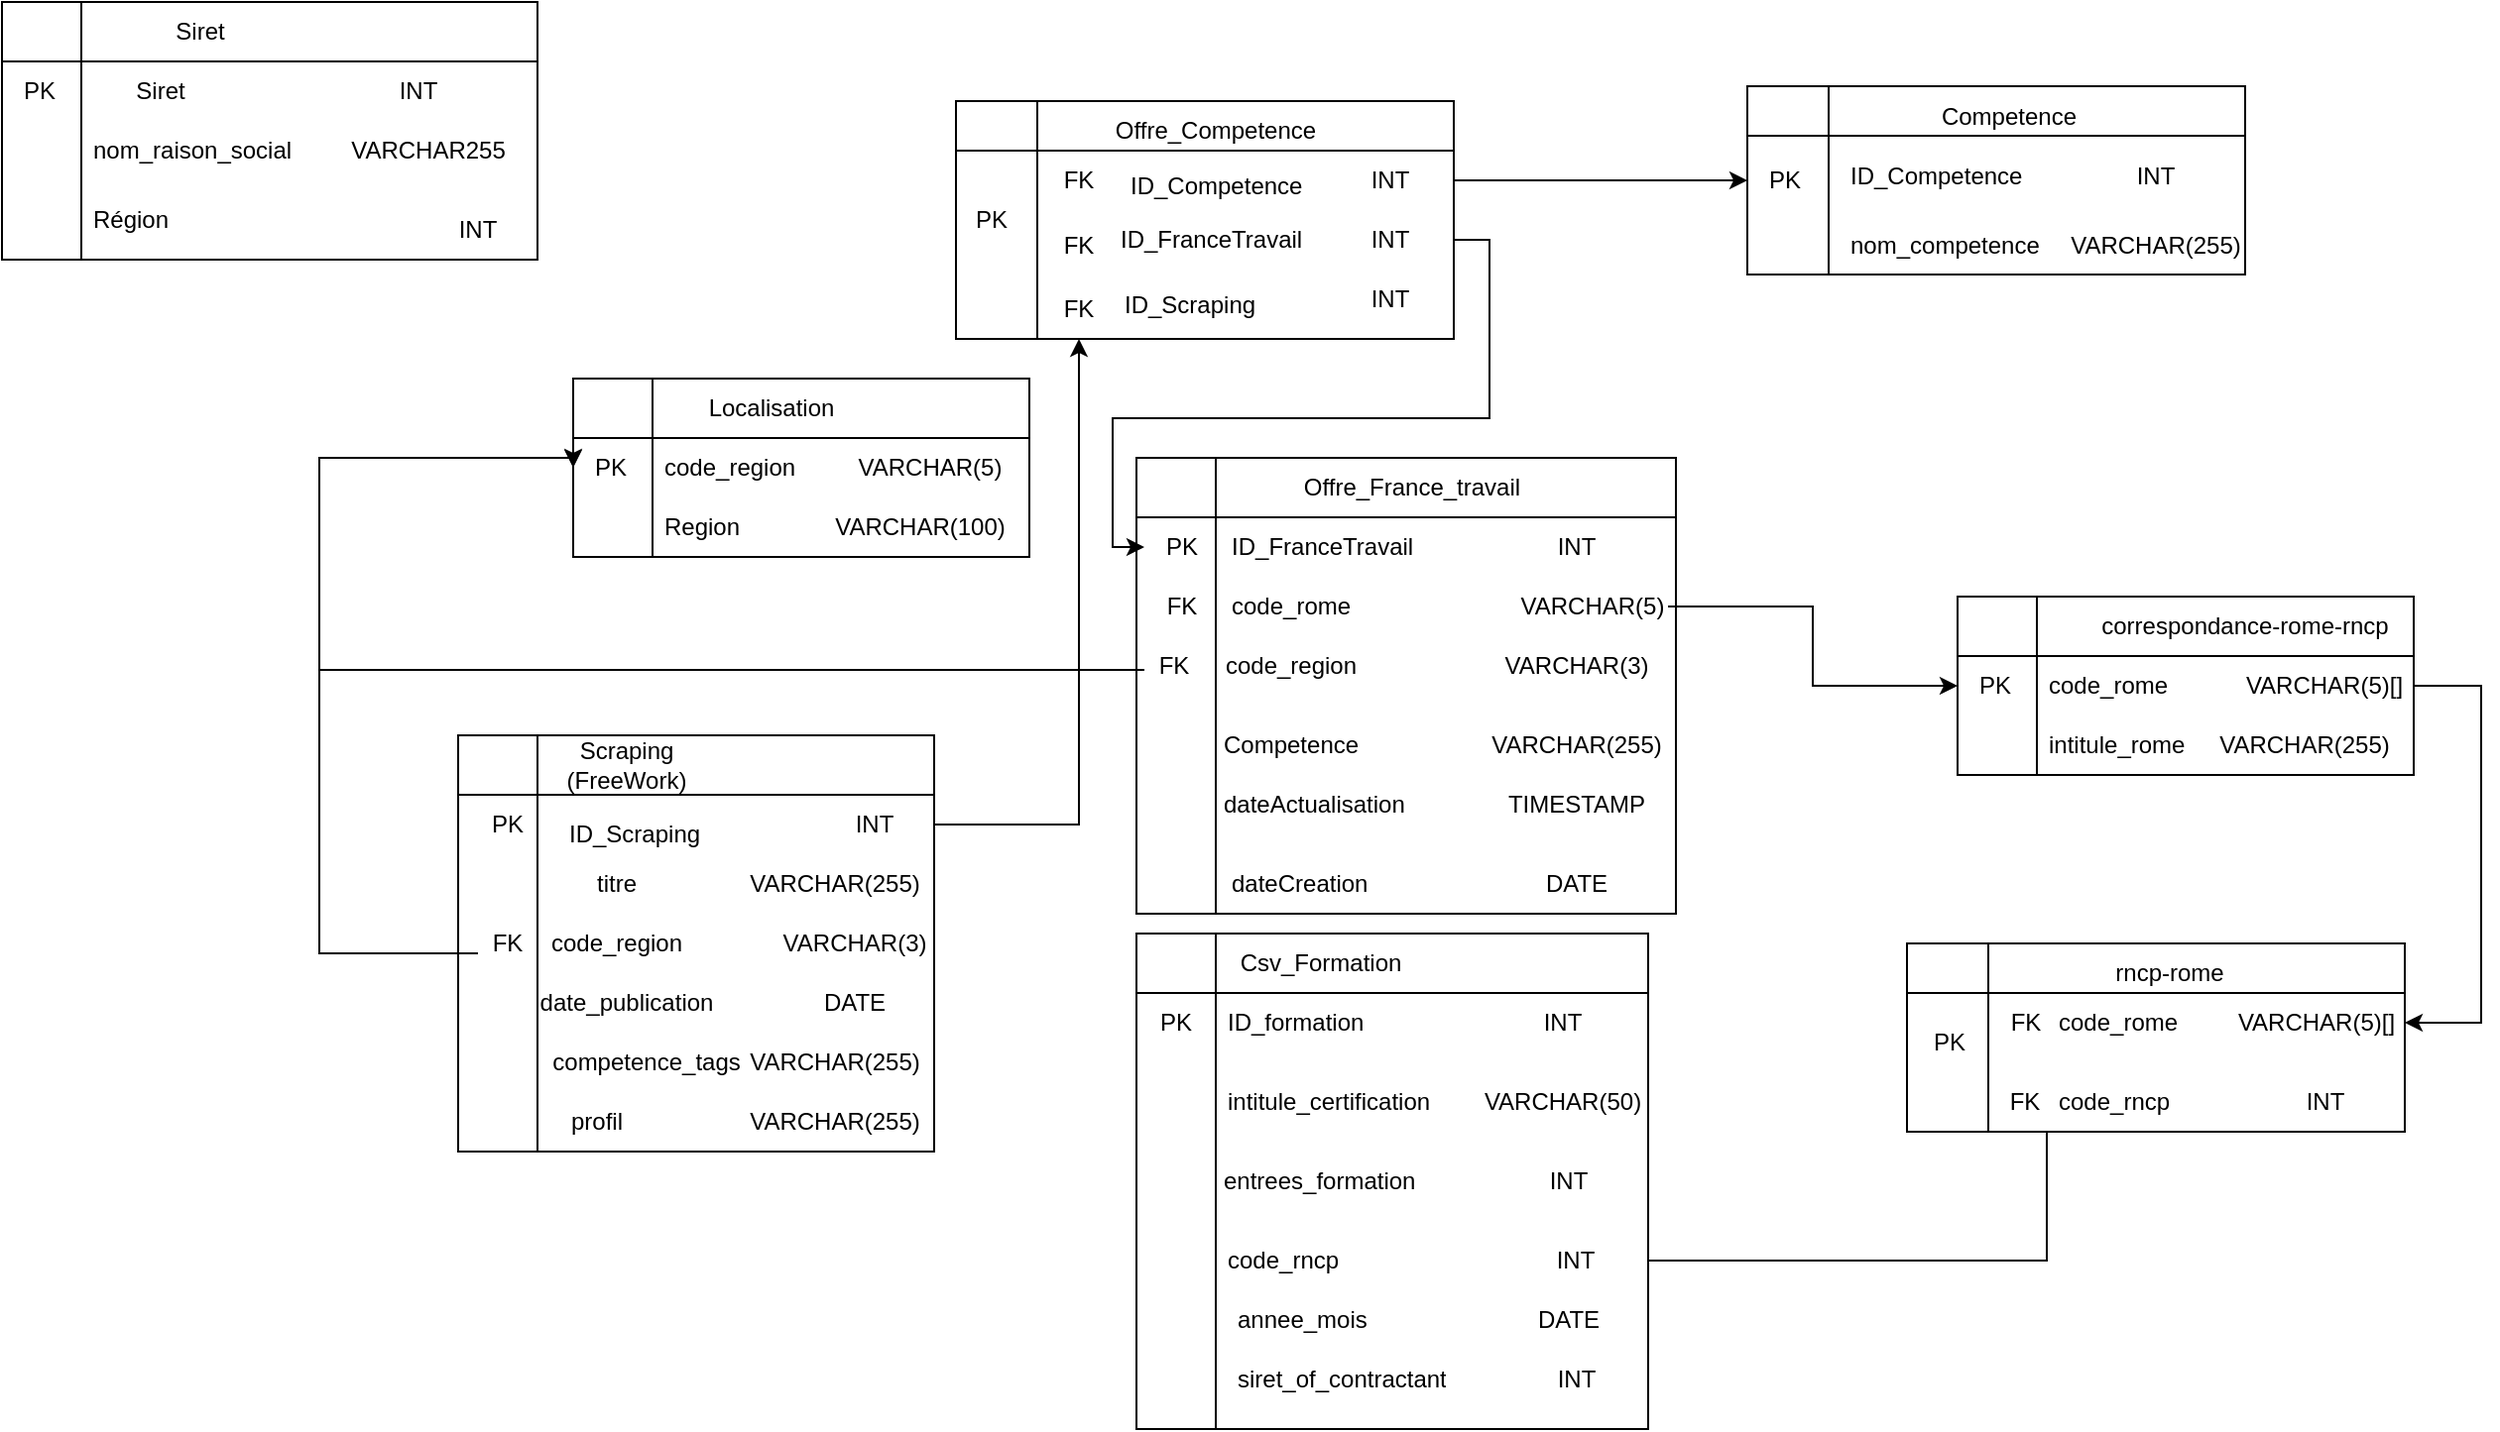
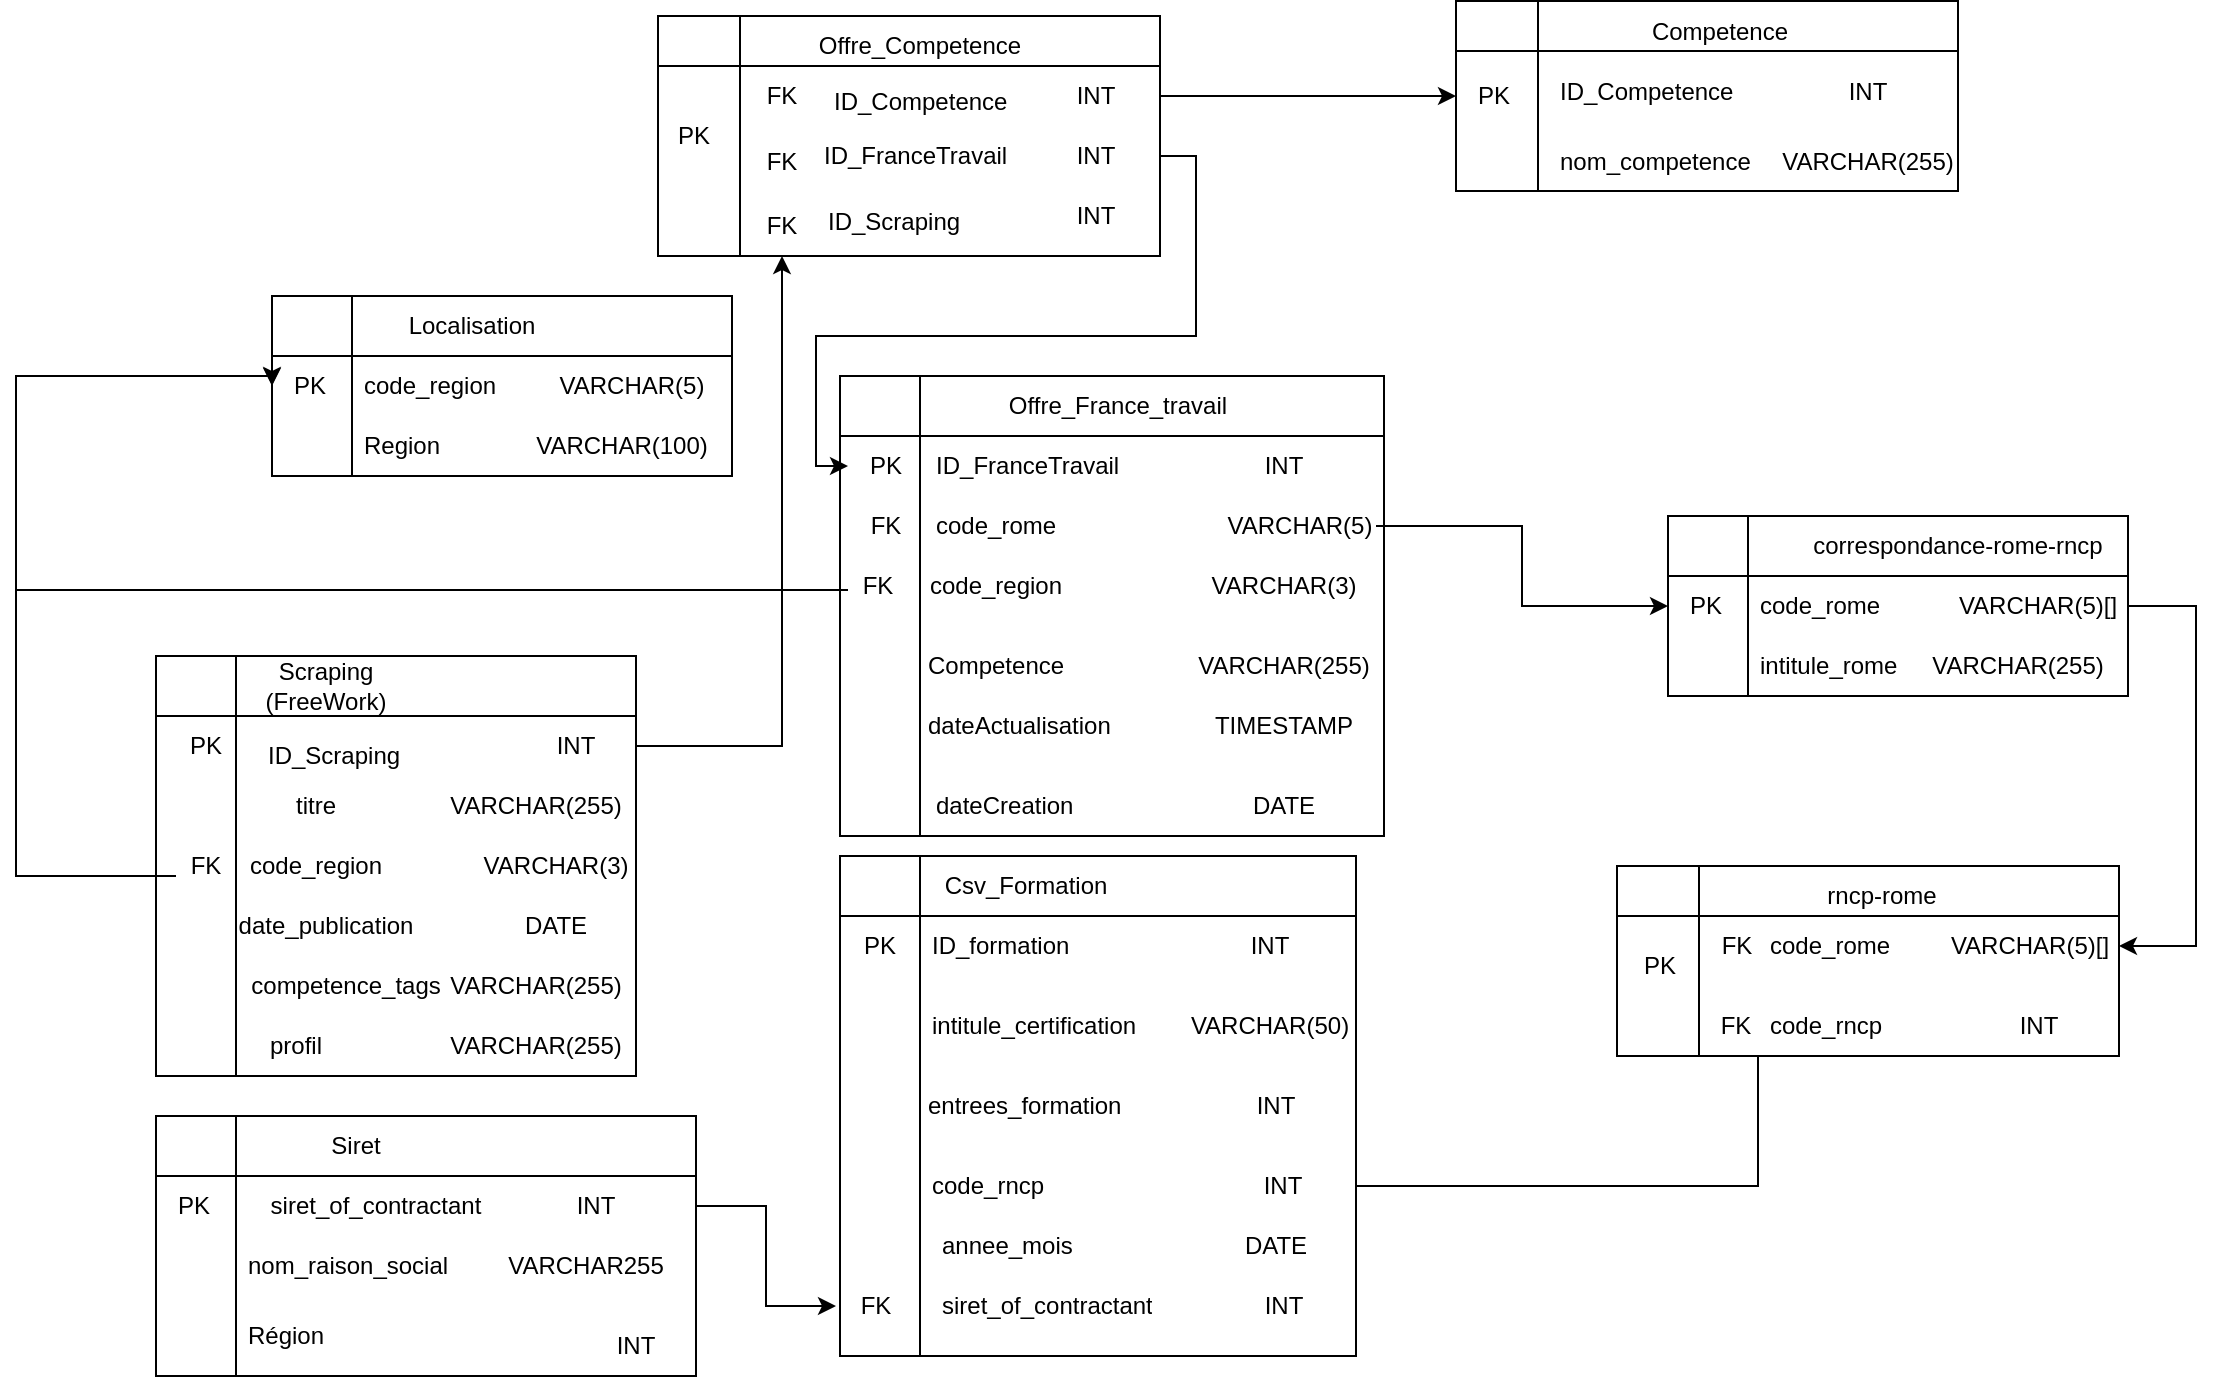
<mxfile host="Electron">
  <diagram name="Page-1" id="a_VvsDKZCs2n-q3zeITP">
-     <mxGraphModel dx="2779" dy="2184" grid="1" gridSize="10" guides="1" tooltips="1" connect="1" arrows="1" fold="1" page="1" pageScale="1" pageWidth="827" pageHeight="1169" math="0" shadow="0">
+     <mxGraphModel dx="2305" dy="1928" grid="1" gridSize="10" guides="1" tooltips="1" connect="1" arrows="1" fold="1" page="1" pageScale="1" pageWidth="827" pageHeight="1169" math="0" shadow="0">
      <root>
        <mxCell id="0" />
        <mxCell id="1" parent="0" />
        <mxCell id="06uHW34ZKOic_WIQbYIw-59" parent="1" style="shape=internalStorage;whiteSpace=wrap;html=1;backgroundOutline=1;dx=40;dy=30;" value="" vertex="1">
          <mxGeometry height="250" width="258" x="22" y="260" as="geometry" />
        </mxCell>
        <mxCell id="06uHW34ZKOic_WIQbYIw-60" parent="1" style="text;html=1;whiteSpace=wrap;strokeColor=none;fillColor=none;align=center;verticalAlign=middle;rounded=0;" value="Csv_Formation" vertex="1">
          <mxGeometry height="30" width="46" x="92" y="260" as="geometry" />
        </mxCell>
        <mxCell id="06uHW34ZKOic_WIQbYIw-58" parent="1" style="text;strokeColor=none;fillColor=none;align=left;verticalAlign=middle;spacingLeft=4;spacingRight=4;overflow=hidden;points=[[0,0.5],[1,0.5]];portConstraint=eastwest;rotatable=0;whiteSpace=wrap;html=1;" value="ID_formation" vertex="1">
          <mxGeometry height="30" width="140" x="62" y="290" as="geometry" />
        </mxCell>
        <mxCell id="06uHW34ZKOic_WIQbYIw-62" parent="1" style="text;html=1;whiteSpace=wrap;strokeColor=none;fillColor=none;align=center;verticalAlign=middle;rounded=0;" value="PK" vertex="1">
          <mxGeometry height="30" width="40" x="22" y="290" as="geometry" />
        </mxCell>
        <mxCell id="06uHW34ZKOic_WIQbYIw-40" parent="1" style="text;strokeColor=none;fillColor=none;align=left;verticalAlign=middle;spacingLeft=4;spacingRight=4;overflow=hidden;points=[[0,0.5],[1,0.5]];portConstraint=eastwest;rotatable=0;whiteSpace=wrap;html=1;" value="intitule_certification" vertex="1">
          <mxGeometry height="30" width="140" x="62" y="330" as="geometry" />
        </mxCell>
        <mxCell id="06uHW34ZKOic_WIQbYIw-41" parent="1" style="text;strokeColor=none;fillColor=none;align=left;verticalAlign=middle;spacingLeft=4;spacingRight=4;overflow=hidden;points=[[0,0.5],[1,0.5]];portConstraint=eastwest;rotatable=0;whiteSpace=wrap;html=1;" value="code_rncp" vertex="1">
          <mxGeometry height="30" width="140" x="62" y="410" as="geometry" />
        </mxCell>
        <mxCell id="06uHW34ZKOic_WIQbYIw-49" parent="1" style="text;strokeColor=none;fillColor=none;align=left;verticalAlign=middle;spacingLeft=4;spacingRight=4;overflow=hidden;points=[[0,0.5],[1,0.5]];portConstraint=eastwest;rotatable=0;whiteSpace=wrap;html=1;" value="annee_mois" vertex="1">
          <mxGeometry height="30" width="140" x="67" y="440" as="geometry" />
        </mxCell>
        <mxCell id="06uHW34ZKOic_WIQbYIw-50" parent="1" style="text;strokeColor=none;fillColor=none;align=left;verticalAlign=middle;spacingLeft=4;spacingRight=4;overflow=hidden;points=[[0,0.5],[1,0.5]];portConstraint=eastwest;rotatable=0;whiteSpace=wrap;html=1;" value="entrees_formation" vertex="1">
          <mxGeometry height="30" width="140" x="60" y="370" as="geometry" />
        </mxCell>
        <mxCell id="06uHW34ZKOic_WIQbYIw-63" parent="1" style="shape=internalStorage;whiteSpace=wrap;html=1;backgroundOutline=1;dx=40;dy=30;" value="" vertex="1">
          <mxGeometry height="230" width="272" x="22" y="20" as="geometry" />
        </mxCell>
        <mxCell id="06uHW34ZKOic_WIQbYIw-64" parent="1" style="shape=internalStorage;whiteSpace=wrap;html=1;backgroundOutline=1;dx=40;dy=30;" value="" vertex="1">
          <mxGeometry height="210" width="240" x="-320" y="160" as="geometry" />
        </mxCell>
        <mxCell id="06uHW34ZKOic_WIQbYIw-66" parent="1" style="text;html=1;whiteSpace=wrap;strokeColor=none;fillColor=none;align=center;verticalAlign=middle;rounded=0;" value="Offre_France_travail" vertex="1">
          <mxGeometry height="30" width="194" x="64" y="20" as="geometry" />
        </mxCell>
        <mxCell id="06uHW34ZKOic_WIQbYIw-52" parent="1" style="text;strokeColor=none;fillColor=none;align=left;verticalAlign=middle;spacingLeft=4;spacingRight=4;overflow=hidden;points=[[0,0.5],[1,0.5]];portConstraint=eastwest;rotatable=0;whiteSpace=wrap;html=1;" value="Competence" vertex="1">
          <mxGeometry height="30" width="140" x="60" y="150" as="geometry" />
        </mxCell>
        <mxCell id="06uHW34ZKOic_WIQbYIw-55" parent="1" style="text;strokeColor=none;fillColor=none;align=left;verticalAlign=middle;spacingLeft=4;spacingRight=4;overflow=hidden;points=[[0,0.5],[1,0.5]];portConstraint=eastwest;rotatable=0;whiteSpace=wrap;html=1;" value="code_rome" vertex="1">
          <mxGeometry height="30" width="140" x="64" y="80" as="geometry" />
        </mxCell>
        <mxCell id="06uHW34ZKOic_WIQbYIw-3" parent="1" style="text;strokeColor=none;fillColor=none;align=left;verticalAlign=middle;spacingLeft=4;spacingRight=4;overflow=hidden;points=[[0,0.5],[1,0.5]];portConstraint=eastwest;rotatable=0;whiteSpace=wrap;html=1;" value="dateActualisation" vertex="1">
          <mxGeometry height="30" width="140" x="60" y="180" as="geometry" />
        </mxCell>
        <mxCell id="06uHW34ZKOic_WIQbYIw-4" parent="1" style="text;strokeColor=none;fillColor=none;align=left;verticalAlign=middle;spacingLeft=4;spacingRight=4;overflow=hidden;points=[[0,0.5],[1,0.5]];portConstraint=eastwest;rotatable=0;whiteSpace=wrap;html=1;" value="dateCreation" vertex="1">
          <mxGeometry height="30" width="140" x="64" y="220" as="geometry" />
        </mxCell>
        <mxCell id="06uHW34ZKOic_WIQbYIw-68" parent="1" style="text;html=1;whiteSpace=wrap;strokeColor=none;fillColor=none;align=center;verticalAlign=middle;rounded=0;" value="PK" vertex="1">
          <mxGeometry height="30" width="38" x="26" y="50" as="geometry" />
        </mxCell>
        <mxCell id="06uHW34ZKOic_WIQbYIw-69" parent="1" style="text;strokeColor=none;fillColor=none;align=left;verticalAlign=middle;spacingLeft=4;spacingRight=4;overflow=hidden;points=[[0,0.5],[1,0.5]];portConstraint=eastwest;rotatable=0;whiteSpace=wrap;html=1;" value="ID_&lt;span style=&quot;background-color: transparent; color: light-dark(rgb(0, 0, 0), rgb(255, 255, 255));&quot;&gt;FranceTravail&lt;/span&gt;" vertex="1">
          <mxGeometry height="30" width="140" x="64" y="50" as="geometry" />
        </mxCell>
        <mxCell id="06uHW34ZKOic_WIQbYIw-72" parent="1" style="text;html=1;whiteSpace=wrap;strokeColor=none;fillColor=none;align=center;verticalAlign=middle;rounded=0;" value="Scraping (FreeWork)" vertex="1">
          <mxGeometry height="30" width="90" x="-280" y="160" as="geometry" />
        </mxCell>
        <mxCell id="06uHW34ZKOic_WIQbYIw-73" parent="1" style="text;html=1;whiteSpace=wrap;strokeColor=none;fillColor=none;align=center;verticalAlign=middle;rounded=0;" value="PK" vertex="1">
          <mxGeometry height="30" width="50" x="-320" y="190" as="geometry" />
        </mxCell>
        <mxCell id="06uHW34ZKOic_WIQbYIw-74" parent="1" style="text;strokeColor=none;fillColor=none;align=left;verticalAlign=middle;spacingLeft=4;spacingRight=4;overflow=hidden;points=[[0,0.5],[1,0.5]];portConstraint=eastwest;rotatable=0;whiteSpace=wrap;html=1;" value="ID_Scraping" vertex="1">
          <mxGeometry height="20" width="90" x="-270" y="200" as="geometry" />
        </mxCell>
        <mxCell id="06uHW34ZKOic_WIQbYIw-86" parent="1" style="text;html=1;whiteSpace=wrap;strokeColor=none;fillColor=none;align=center;verticalAlign=middle;rounded=0;" value="INT" vertex="1">
          <mxGeometry height="30" width="60" x="214" y="50" as="geometry" />
        </mxCell>
        <mxCell id="GHxzwjz7yCiV_zcave8q-24" edge="1" parent="1" source="06uHW34ZKOic_WIQbYIw-89" style="edgeStyle=orthogonalEdgeStyle;rounded=0;orthogonalLoop=1;jettySize=auto;html=1;entryX=0;entryY=0.5;entryDx=0;entryDy=0;" target="GHxzwjz7yCiV_zcave8q-12">
          <mxGeometry relative="1" as="geometry" />
        </mxCell>
        <mxCell id="06uHW34ZKOic_WIQbYIw-89" parent="1" style="text;html=1;whiteSpace=wrap;strokeColor=none;fillColor=none;align=center;verticalAlign=middle;rounded=0;" value="VARCHAR(5)" vertex="1">
          <mxGeometry height="30" width="76" x="214" y="80" as="geometry" />
        </mxCell>
        <mxCell id="06uHW34ZKOic_WIQbYIw-91" parent="1" style="text;html=1;whiteSpace=wrap;strokeColor=none;fillColor=none;align=center;verticalAlign=middle;rounded=0;" value="TIMESTAMP" vertex="1">
          <mxGeometry height="30" width="100" x="194" y="180" as="geometry" />
        </mxCell>
        <mxCell id="06uHW34ZKOic_WIQbYIw-92" parent="1" style="text;html=1;whiteSpace=wrap;strokeColor=none;fillColor=none;align=center;verticalAlign=middle;rounded=0;" value="DATE" vertex="1">
          <mxGeometry height="30" width="100" x="194" y="220" as="geometry" />
        </mxCell>
        <mxCell id="06uHW34ZKOic_WIQbYIw-93" parent="1" style="text;html=1;whiteSpace=wrap;strokeColor=none;fillColor=none;align=center;verticalAlign=middle;rounded=0;" value="VARCHAR(255)" vertex="1">
          <mxGeometry height="30" width="60" x="214" y="150" as="geometry" />
        </mxCell>
        <mxCell id="06uHW34ZKOic_WIQbYIw-94" parent="1" style="text;html=1;whiteSpace=wrap;strokeColor=none;fillColor=none;align=center;verticalAlign=middle;rounded=0;" value="INT" vertex="1">
          <mxGeometry height="30" width="30" x="222" y="290" as="geometry" />
        </mxCell>
        <mxCell id="06uHW34ZKOic_WIQbYIw-97" parent="1" style="text;html=1;whiteSpace=wrap;strokeColor=none;fillColor=none;align=center;verticalAlign=middle;rounded=0;" value="DATE" vertex="1">
          <mxGeometry height="30" width="60" x="210" y="440" as="geometry" />
        </mxCell>
        <mxCell id="GHxzwjz7yCiV_zcave8q-21" edge="1" parent="1" source="06uHW34ZKOic_WIQbYIw-99" style="edgeStyle=orthogonalEdgeStyle;rounded=0;orthogonalLoop=1;jettySize=auto;html=1;entryX=0;entryY=0.5;entryDx=0;entryDy=0;" target="GHxzwjz7yCiV_zcave8q-17">
          <mxGeometry relative="1" as="geometry">
            <Array as="points">
              <mxPoint x="481" y="425" />
            </Array>
          </mxGeometry>
        </mxCell>
        <mxCell id="06uHW34ZKOic_WIQbYIw-99" parent="1" style="text;html=1;whiteSpace=wrap;strokeColor=none;fillColor=none;align=center;verticalAlign=middle;rounded=0;" value="INT" vertex="1">
          <mxGeometry height="30" width="73" x="207" y="410" as="geometry" />
        </mxCell>
        <mxCell id="06uHW34ZKOic_WIQbYIw-100" parent="1" style="text;html=1;whiteSpace=wrap;strokeColor=none;fillColor=none;align=center;verticalAlign=middle;rounded=0;" value="INT" vertex="1">
          <mxGeometry height="30" width="60" x="210" y="370" as="geometry" />
        </mxCell>
        <mxCell id="06uHW34ZKOic_WIQbYIw-101" parent="1" style="text;html=1;whiteSpace=wrap;strokeColor=none;fillColor=none;align=center;verticalAlign=middle;rounded=0;" value="VARCHAR(50)" vertex="1">
          <mxGeometry height="30" width="60" x="207" y="330" as="geometry" />
        </mxCell>
        <mxCell id="dOXcbB4GjKJOBOan339F-30" edge="1" parent="1" source="06uHW34ZKOic_WIQbYIw-109" style="edgeStyle=orthogonalEdgeStyle;rounded=0;orthogonalLoop=1;jettySize=auto;html=1;entryX=0.5;entryY=1;entryDx=0;entryDy=0;" target="dOXcbB4GjKJOBOan339F-28">
          <mxGeometry relative="1" as="geometry" />
        </mxCell>
        <mxCell id="06uHW34ZKOic_WIQbYIw-109" parent="1" style="text;html=1;whiteSpace=wrap;strokeColor=none;fillColor=none;align=center;verticalAlign=middle;rounded=0;" value="INT" vertex="1">
          <mxGeometry height="30" width="60" x="-140" y="190" as="geometry" />
        </mxCell>
        <mxCell id="06uHW34ZKOic_WIQbYIw-113" parent="1" style="text;html=1;whiteSpace=wrap;strokeColor=none;fillColor=none;align=center;verticalAlign=middle;rounded=0;" value="date_publication" vertex="1">
          <mxGeometry height="30" width="60" x="-265" y="280" as="geometry" />
        </mxCell>
        <mxCell id="06uHW34ZKOic_WIQbYIw-114" parent="1" style="text;html=1;whiteSpace=wrap;strokeColor=none;fillColor=none;align=center;verticalAlign=middle;rounded=0;" value="DATE" vertex="1">
          <mxGeometry height="30" width="60" x="-150" y="280" as="geometry" />
        </mxCell>
        <mxCell id="06uHW34ZKOic_WIQbYIw-117" parent="1" style="text;html=1;whiteSpace=wrap;strokeColor=none;fillColor=none;align=center;verticalAlign=middle;rounded=0;" value="competence_tags" vertex="1">
          <mxGeometry height="30" width="60" x="-255" y="310" as="geometry" />
        </mxCell>
        <mxCell id="06uHW34ZKOic_WIQbYIw-118" parent="1" style="text;html=1;whiteSpace=wrap;strokeColor=none;fillColor=none;align=center;verticalAlign=middle;rounded=0;" value="profil" vertex="1">
          <mxGeometry height="30" width="60" x="-280" y="340" as="geometry" />
        </mxCell>
        <mxCell id="06uHW34ZKOic_WIQbYIw-120" parent="1" style="text;html=1;whiteSpace=wrap;strokeColor=none;fillColor=none;align=center;verticalAlign=middle;rounded=0;" value="VARCHAR(255)" vertex="1">
          <mxGeometry height="30" width="100" x="-180" y="220" as="geometry" />
        </mxCell>
        <mxCell id="06uHW34ZKOic_WIQbYIw-121" parent="1" style="text;html=1;whiteSpace=wrap;strokeColor=none;fillColor=none;align=center;verticalAlign=middle;rounded=0;" value="VARCHAR(255)" vertex="1">
          <mxGeometry height="30" width="60" x="-160" y="340" as="geometry" />
        </mxCell>
        <mxCell id="06uHW34ZKOic_WIQbYIw-122" parent="1" style="text;html=1;whiteSpace=wrap;strokeColor=none;fillColor=none;align=center;verticalAlign=middle;rounded=0;" value="titre" vertex="1">
          <mxGeometry height="30" width="60" x="-270" y="220" as="geometry" />
        </mxCell>
        <mxCell id="06uHW34ZKOic_WIQbYIw-123" parent="1" style="text;html=1;whiteSpace=wrap;strokeColor=none;fillColor=none;align=center;verticalAlign=middle;rounded=0;" value="VARCHAR(255)" vertex="1">
          <mxGeometry height="30" width="60" x="-160" y="310" as="geometry" />
        </mxCell>
        <mxCell id="06uHW34ZKOic_WIQbYIw-128" parent="1" style="shape=internalStorage;whiteSpace=wrap;html=1;backgroundOutline=1;dx=40;dy=30;" value="" vertex="1">
          <mxGeometry height="90" width="230" x="436" y="90" as="geometry" />
        </mxCell>
        <mxCell id="06uHW34ZKOic_WIQbYIw-129" parent="1" style="text;html=1;whiteSpace=wrap;strokeColor=none;fillColor=none;align=center;verticalAlign=middle;rounded=0;" value="correspondance-rome-rncp" vertex="1">
          <mxGeometry height="30" width="210" x="476" y="90" as="geometry" />
        </mxCell>
        <mxCell id="06uHW34ZKOic_WIQbYIw-131" parent="1" style="text;strokeColor=none;fillColor=none;align=left;verticalAlign=middle;spacingLeft=4;spacingRight=4;overflow=hidden;points=[[0,0.5],[1,0.5]];portConstraint=eastwest;rotatable=0;whiteSpace=wrap;html=1;" value="intitule_rome" vertex="1">
          <mxGeometry height="30" width="140" x="476" y="150" as="geometry" />
        </mxCell>
        <mxCell id="06uHW34ZKOic_WIQbYIw-132" parent="1" style="text;strokeColor=none;fillColor=none;align=left;verticalAlign=middle;spacingLeft=4;spacingRight=4;overflow=hidden;points=[[0,0.5],[1,0.5]];portConstraint=eastwest;rotatable=0;whiteSpace=wrap;html=1;" value="code_rome" vertex="1">
          <mxGeometry height="30" width="140" x="476" y="120" as="geometry" />
        </mxCell>
        <mxCell id="06uHW34ZKOic_WIQbYIw-140" parent="1" style="text;html=1;whiteSpace=wrap;strokeColor=none;fillColor=none;align=center;verticalAlign=middle;rounded=0;" value="VARCHAR(255)" vertex="1">
          <mxGeometry height="30" width="90" x="566" y="150" as="geometry" />
        </mxCell>
        <mxCell id="GHxzwjz7yCiV_zcave8q-23" edge="1" parent="1" source="06uHW34ZKOic_WIQbYIw-141" style="edgeStyle=orthogonalEdgeStyle;rounded=0;orthogonalLoop=1;jettySize=auto;html=1;entryX=1;entryY=0.5;entryDx=0;entryDy=0;" target="GHxzwjz7yCiV_zcave8q-19">
          <mxGeometry relative="1" as="geometry">
            <Array as="points">
              <mxPoint x="700" y="135" />
              <mxPoint x="700" y="305" />
            </Array>
          </mxGeometry>
        </mxCell>
        <mxCell id="06uHW34ZKOic_WIQbYIw-141" parent="1" style="text;html=1;whiteSpace=wrap;strokeColor=none;fillColor=none;align=center;verticalAlign=middle;rounded=0;" value="VARCHAR(5)[]" vertex="1">
          <mxGeometry height="30" width="90" x="576" y="120" as="geometry" />
        </mxCell>
        <mxCell id="06uHW34ZKOic_WIQbYIw-156" parent="1" style="text;html=1;whiteSpace=wrap;strokeColor=none;fillColor=none;align=center;verticalAlign=middle;rounded=0;" value="FK" vertex="1">
          <mxGeometry height="30" width="30" x="30" y="80" as="geometry" />
        </mxCell>
        <mxCell id="06uHW34ZKOic_WIQbYIw-164" parent="1" style="shape=internalStorage;whiteSpace=wrap;html=1;backgroundOutline=1;dx=40;dy=30;" value="" vertex="1">
          <mxGeometry height="90" width="230" x="-262" y="-20" as="geometry" />
        </mxCell>
        <mxCell id="06uHW34ZKOic_WIQbYIw-165" parent="1" style="text;html=1;whiteSpace=wrap;strokeColor=none;fillColor=none;align=center;verticalAlign=middle;rounded=0;" value="Localisation" vertex="1">
          <mxGeometry height="30" width="60" x="-192" y="-20" as="geometry" />
        </mxCell>
        <mxCell id="06uHW34ZKOic_WIQbYIw-166" parent="1" style="text;strokeColor=none;fillColor=none;align=left;verticalAlign=middle;spacingLeft=4;spacingRight=4;overflow=hidden;points=[[0,0.5],[1,0.5]];portConstraint=eastwest;rotatable=0;whiteSpace=wrap;html=1;" value="Region" vertex="1">
          <mxGeometry height="30" width="140" x="-222" y="40" as="geometry" />
        </mxCell>
        <mxCell id="06uHW34ZKOic_WIQbYIw-167" parent="1" style="text;strokeColor=none;fillColor=none;align=left;verticalAlign=middle;spacingLeft=4;spacingRight=4;overflow=hidden;points=[[0,0.5],[1,0.5]];portConstraint=eastwest;rotatable=0;whiteSpace=wrap;html=1;" value="code_region" vertex="1">
          <mxGeometry height="30" width="140" x="-222" y="10" as="geometry" />
        </mxCell>
        <mxCell id="06uHW34ZKOic_WIQbYIw-168" parent="1" style="text;html=1;whiteSpace=wrap;strokeColor=none;fillColor=none;align=center;verticalAlign=middle;rounded=0;" value="PK" vertex="1">
          <mxGeometry height="30" width="38" x="-262" y="10" as="geometry" />
        </mxCell>
        <mxCell id="06uHW34ZKOic_WIQbYIw-169" parent="1" style="text;html=1;whiteSpace=wrap;strokeColor=none;fillColor=none;align=center;verticalAlign=middle;rounded=0;" value="VARCHAR(100)" vertex="1">
          <mxGeometry height="30" width="90" x="-132" y="40" as="geometry" />
        </mxCell>
        <mxCell id="06uHW34ZKOic_WIQbYIw-170" parent="1" style="text;html=1;whiteSpace=wrap;strokeColor=none;fillColor=none;align=center;verticalAlign=middle;rounded=0;" value="VARCHAR(5)" vertex="1">
          <mxGeometry height="30" width="80" x="-122" y="10" as="geometry" />
        </mxCell>
        <mxCell id="06uHW34ZKOic_WIQbYIw-180" parent="1" style="text;html=1;whiteSpace=wrap;strokeColor=none;fillColor=none;align=center;verticalAlign=middle;rounded=0;" value="code_region" vertex="1">
          <mxGeometry height="30" width="60" x="70" y="110" as="geometry" />
        </mxCell>
        <mxCell id="06uHW34ZKOic_WIQbYIw-181" parent="1" style="text;html=1;whiteSpace=wrap;strokeColor=none;fillColor=none;align=center;verticalAlign=middle;rounded=0;" value="VARCHAR(3)" vertex="1">
          <mxGeometry height="30" width="60" x="214" y="110" as="geometry" />
        </mxCell>
        <mxCell id="06uHW34ZKOic_WIQbYIw-192" edge="1" parent="1" style="edgeStyle=orthogonalEdgeStyle;rounded=0;orthogonalLoop=1;jettySize=auto;html=1;entryX=0;entryY=0.25;entryDx=0;entryDy=0;">
          <mxGeometry relative="1" as="geometry">
            <Array as="points">
              <mxPoint x="-390" y="127" />
              <mxPoint x="-390" y="20" />
              <mxPoint x="-262" y="20" />
            </Array>
            <mxPoint x="26" y="127" as="sourcePoint" />
            <mxPoint x="-262" y="24.5" as="targetPoint" />
          </mxGeometry>
        </mxCell>
        <mxCell id="06uHW34ZKOic_WIQbYIw-182" parent="1" style="text;html=1;whiteSpace=wrap;strokeColor=none;fillColor=none;align=center;verticalAlign=middle;rounded=0;" value="FK" vertex="1">
          <mxGeometry height="30" width="30" x="26" y="110" as="geometry" />
        </mxCell>
        <mxCell id="06uHW34ZKOic_WIQbYIw-185" parent="1" style="text;html=1;whiteSpace=wrap;strokeColor=none;fillColor=none;align=center;verticalAlign=middle;rounded=0;" value="code_region" vertex="1">
          <mxGeometry height="30" width="60" x="-270" y="250" as="geometry" />
        </mxCell>
        <mxCell id="06uHW34ZKOic_WIQbYIw-195" edge="1" parent="1" source="06uHW34ZKOic_WIQbYIw-186" style="edgeStyle=orthogonalEdgeStyle;rounded=0;orthogonalLoop=1;jettySize=auto;html=1;entryX=0;entryY=0.5;entryDx=0;entryDy=0;" target="06uHW34ZKOic_WIQbYIw-168">
          <mxGeometry relative="1" as="geometry">
            <Array as="points">
              <mxPoint x="-390" y="270" />
              <mxPoint x="-390" y="20" />
              <mxPoint x="-262" y="20" />
            </Array>
          </mxGeometry>
        </mxCell>
        <mxCell id="06uHW34ZKOic_WIQbYIw-186" parent="1" style="text;html=1;whiteSpace=wrap;strokeColor=none;fillColor=none;align=center;verticalAlign=middle;rounded=0;" value="FK" vertex="1">
          <mxGeometry height="30" width="30" x="-310" y="250" as="geometry" />
        </mxCell>
        <mxCell id="06uHW34ZKOic_WIQbYIw-187" parent="1" style="text;html=1;whiteSpace=wrap;strokeColor=none;fillColor=none;align=center;verticalAlign=middle;rounded=0;" value="VARCHAR(3)" vertex="1">
          <mxGeometry height="30" width="60" x="-150" y="250" as="geometry" />
        </mxCell>
        <mxCell id="dOXcbB4GjKJOBOan339F-4" parent="1" style="shape=internalStorage;whiteSpace=wrap;html=1;backgroundOutline=1;dx=41;dy=25;" value="" vertex="1">
          <mxGeometry height="95" width="251" x="330" y="-167.5" as="geometry" />
        </mxCell>
        <mxCell id="dOXcbB4GjKJOBOan339F-5" parent="1" style="text;html=1;whiteSpace=wrap;strokeColor=none;fillColor=none;align=center;verticalAlign=middle;rounded=0;" value="Competence" vertex="1">
          <mxGeometry height="30" width="188" x="368" y="-167.5" as="geometry" />
        </mxCell>
        <mxCell id="dOXcbB4GjKJOBOan339F-6" parent="1" style="text;strokeColor=none;fillColor=none;align=left;verticalAlign=middle;spacingLeft=4;spacingRight=4;overflow=hidden;points=[[0,0.5],[1,0.5]];portConstraint=eastwest;rotatable=0;whiteSpace=wrap;html=1;" value="ID_Competence" vertex="1">
          <mxGeometry height="30" width="140" x="375.5" y="-137.5" as="geometry" />
        </mxCell>
        <mxCell id="dOXcbB4GjKJOBOan339F-7" parent="1" style="text;html=1;whiteSpace=wrap;strokeColor=none;fillColor=none;align=center;verticalAlign=middle;rounded=0;" value="PK" vertex="1">
          <mxGeometry height="25" width="38" x="330" y="-132.5" as="geometry" />
        </mxCell>
        <mxCell id="dOXcbB4GjKJOBOan339F-8" parent="1" style="text;strokeColor=none;fillColor=none;align=left;verticalAlign=middle;spacingLeft=4;spacingRight=4;overflow=hidden;points=[[0,0.5],[1,0.5]];portConstraint=eastwest;rotatable=0;whiteSpace=wrap;html=1;" value="nom_competence" vertex="1">
          <mxGeometry height="30" width="140" x="375.5" y="-102.5" as="geometry" />
        </mxCell>
        <mxCell id="dOXcbB4GjKJOBOan339F-9" parent="1" style="text;html=1;whiteSpace=wrap;strokeColor=none;fillColor=none;align=center;verticalAlign=middle;rounded=0;" value="INT" vertex="1">
          <mxGeometry height="30" width="90" x="491" y="-137.5" as="geometry" />
        </mxCell>
        <mxCell id="dOXcbB4GjKJOBOan339F-10" parent="1" style="text;html=1;whiteSpace=wrap;strokeColor=none;fillColor=none;align=center;verticalAlign=middle;rounded=0;" value="VARCHAR(255)" vertex="1">
          <mxGeometry height="30" width="90" x="491" y="-102.5" as="geometry" />
        </mxCell>
        <mxCell id="dOXcbB4GjKJOBOan339F-11" parent="1" style="shape=internalStorage;whiteSpace=wrap;html=1;backgroundOutline=1;dx=41;dy=25;" value="" vertex="1">
          <mxGeometry height="120" width="251" x="-69" y="-160" as="geometry" />
        </mxCell>
        <mxCell id="dOXcbB4GjKJOBOan339F-12" parent="1" style="text;html=1;whiteSpace=wrap;strokeColor=none;fillColor=none;align=center;verticalAlign=middle;rounded=0;" value="Offre_Competence" vertex="1">
          <mxGeometry height="30" width="188" x="-32" y="-160" as="geometry" />
        </mxCell>
        <mxCell id="dOXcbB4GjKJOBOan339F-13" parent="1" style="text;html=1;whiteSpace=wrap;strokeColor=none;fillColor=none;align=center;verticalAlign=middle;rounded=0;" value="PK" vertex="1">
          <mxGeometry height="30" width="38" x="-70" y="-115" as="geometry" />
        </mxCell>
        <mxCell id="dOXcbB4GjKJOBOan339F-14" parent="1" style="text;html=1;whiteSpace=wrap;strokeColor=none;fillColor=none;align=center;verticalAlign=middle;rounded=0;" value="FK" vertex="1">
          <mxGeometry height="30" width="30" x="-22" y="-135" as="geometry" />
        </mxCell>
        <mxCell id="dOXcbB4GjKJOBOan339F-15" parent="1" style="text;html=1;whiteSpace=wrap;strokeColor=none;fillColor=none;align=center;verticalAlign=middle;rounded=0;" value="FK" vertex="1">
          <mxGeometry height="30" width="30" x="-22" y="-102.5" as="geometry" />
        </mxCell>
        <mxCell id="dOXcbB4GjKJOBOan339F-16" parent="1" style="text;strokeColor=none;fillColor=none;align=left;verticalAlign=middle;spacingLeft=4;spacingRight=4;overflow=hidden;points=[[0,0.5],[1,0.5]];portConstraint=eastwest;rotatable=0;whiteSpace=wrap;html=1;" value="ID_Competence" vertex="1">
          <mxGeometry height="30" width="140" x="13" y="-132.5" as="geometry" />
        </mxCell>
        <mxCell id="dOXcbB4GjKJOBOan339F-17" parent="1" style="text;strokeColor=none;fillColor=none;align=left;verticalAlign=middle;spacingLeft=4;spacingRight=4;overflow=hidden;points=[[0,0.5],[1,0.5]];portConstraint=eastwest;rotatable=0;whiteSpace=wrap;html=1;" value="ID_FranceTravail" vertex="1">
          <mxGeometry height="30" width="140" x="8" y="-105" as="geometry" />
        </mxCell>
        <mxCell id="dOXcbB4GjKJOBOan339F-20" edge="1" parent="1" source="dOXcbB4GjKJOBOan339F-18" style="edgeStyle=orthogonalEdgeStyle;rounded=0;orthogonalLoop=1;jettySize=auto;html=1;" target="dOXcbB4GjKJOBOan339F-7">
          <mxGeometry relative="1" as="geometry">
            <Array as="points">
              <mxPoint x="310" y="-120" />
              <mxPoint x="310" y="-120" />
            </Array>
          </mxGeometry>
        </mxCell>
        <mxCell id="dOXcbB4GjKJOBOan339F-18" parent="1" style="text;html=1;whiteSpace=wrap;strokeColor=none;fillColor=none;align=center;verticalAlign=middle;rounded=0;" value="INT" vertex="1">
          <mxGeometry height="30" width="64" x="118" y="-135" as="geometry" />
        </mxCell>
        <mxCell id="dOXcbB4GjKJOBOan339F-25" edge="1" parent="1" source="dOXcbB4GjKJOBOan339F-19" style="edgeStyle=orthogonalEdgeStyle;rounded=0;orthogonalLoop=1;jettySize=auto;html=1;entryX=0;entryY=0.5;entryDx=0;entryDy=0;" target="06uHW34ZKOic_WIQbYIw-68">
          <mxGeometry relative="1" as="geometry">
            <Array as="points">
              <mxPoint x="200" y="-90" />
              <mxPoint x="200" />
              <mxPoint x="10" />
              <mxPoint x="10" y="65" />
            </Array>
          </mxGeometry>
        </mxCell>
        <mxCell id="dOXcbB4GjKJOBOan339F-19" parent="1" style="text;html=1;whiteSpace=wrap;strokeColor=none;fillColor=none;align=center;verticalAlign=middle;rounded=0;" value="INT" vertex="1">
          <mxGeometry height="30" width="64" x="118" y="-105" as="geometry" />
        </mxCell>
        <mxCell id="dOXcbB4GjKJOBOan339F-26" parent="1" style="text;strokeColor=none;fillColor=none;align=left;verticalAlign=middle;spacingLeft=4;spacingRight=4;overflow=hidden;points=[[0,0.5],[1,0.5]];portConstraint=eastwest;rotatable=0;whiteSpace=wrap;html=1;" value="ID_Scraping" vertex="1">
          <mxGeometry height="35" width="100.5" x="10" y="-75" as="geometry" />
        </mxCell>
        <mxCell id="dOXcbB4GjKJOBOan339F-27" parent="1" style="text;html=1;whiteSpace=wrap;strokeColor=none;fillColor=none;align=center;verticalAlign=middle;rounded=0;" value="INT" vertex="1">
          <mxGeometry height="30" width="64" x="118" y="-75" as="geometry" />
        </mxCell>
        <mxCell id="dOXcbB4GjKJOBOan339F-28" parent="1" style="text;html=1;whiteSpace=wrap;strokeColor=none;fillColor=none;align=center;verticalAlign=middle;rounded=0;" value="FK" vertex="1">
          <mxGeometry height="30" width="30" x="-22" y="-70" as="geometry" />
        </mxCell>
        <mxCell id="GHxzwjz7yCiV_zcave8q-2" parent="1" style="shape=internalStorage;whiteSpace=wrap;html=1;backgroundOutline=1;dx=41;dy=25;" value="" vertex="1">
          <mxGeometry height="95" width="251" x="410.5" y="265" as="geometry" />
        </mxCell>
        <mxCell id="GHxzwjz7yCiV_zcave8q-3" parent="1" style="text;html=1;whiteSpace=wrap;strokeColor=none;fillColor=none;align=center;verticalAlign=middle;rounded=0;" value="rncp-rome" vertex="1">
          <mxGeometry height="30" width="188" x="448.5" y="265" as="geometry" />
        </mxCell>
        <mxCell id="GHxzwjz7yCiV_zcave8q-9" parent="1" style="text;strokeColor=none;fillColor=none;align=left;verticalAlign=middle;spacingLeft=4;spacingRight=4;overflow=hidden;points=[[0,0.5],[1,0.5]];portConstraint=eastwest;rotatable=0;whiteSpace=wrap;html=1;" value="siret_of_contractant" vertex="1">
          <mxGeometry height="30" width="140" x="67" y="470" as="geometry" />
        </mxCell>
        <mxCell id="GHxzwjz7yCiV_zcave8q-10" parent="1" style="text;html=1;whiteSpace=wrap;strokeColor=none;fillColor=none;align=center;verticalAlign=middle;rounded=0;" value="INT" vertex="1">
          <mxGeometry height="30" width="60" x="214" y="470" as="geometry" />
        </mxCell>
        <mxCell id="GHxzwjz7yCiV_zcave8q-12" parent="1" style="text;html=1;whiteSpace=wrap;strokeColor=none;fillColor=none;align=center;verticalAlign=middle;rounded=0;" value="PK" vertex="1">
          <mxGeometry height="30" width="38" x="436" y="120" as="geometry" />
        </mxCell>
        <mxCell id="GHxzwjz7yCiV_zcave8q-15" parent="1" style="text;html=1;whiteSpace=wrap;strokeColor=none;fillColor=none;align=center;verticalAlign=middle;rounded=0;" value="PK" vertex="1">
          <mxGeometry height="30" width="38" x="413" y="300" as="geometry" />
        </mxCell>
        <mxCell id="GHxzwjz7yCiV_zcave8q-16" parent="1" style="text;strokeColor=none;fillColor=none;align=left;verticalAlign=middle;spacingLeft=4;spacingRight=4;overflow=hidden;points=[[0,0.5],[1,0.5]];portConstraint=eastwest;rotatable=0;whiteSpace=wrap;html=1;" value="code_rome" vertex="1">
          <mxGeometry height="30" width="140" x="481" y="290" as="geometry" />
        </mxCell>
        <mxCell id="GHxzwjz7yCiV_zcave8q-17" parent="1" style="text;strokeColor=none;fillColor=none;align=left;verticalAlign=middle;spacingLeft=4;spacingRight=4;overflow=hidden;points=[[0,0.5],[1,0.5]];portConstraint=eastwest;rotatable=0;whiteSpace=wrap;html=1;" value="code_rncp" vertex="1">
          <mxGeometry height="30" width="140" x="481" y="330" as="geometry" />
        </mxCell>
        <mxCell id="GHxzwjz7yCiV_zcave8q-18" parent="1" style="text;html=1;whiteSpace=wrap;strokeColor=none;fillColor=none;align=center;verticalAlign=middle;rounded=0;" value="FK" vertex="1">
          <mxGeometry height="30" width="60" x="440" y="330" as="geometry" />
        </mxCell>
        <mxCell id="GHxzwjz7yCiV_zcave8q-19" parent="1" style="text;html=1;whiteSpace=wrap;strokeColor=none;fillColor=none;align=center;verticalAlign=middle;rounded=0;" value="VARCHAR(5)[]" vertex="1">
          <mxGeometry height="30" width="90" x="571.5" y="290" as="geometry" />
        </mxCell>
        <mxCell id="GHxzwjz7yCiV_zcave8q-20" parent="1" style="text;html=1;whiteSpace=wrap;strokeColor=none;fillColor=none;align=center;verticalAlign=middle;rounded=0;" value="INT" vertex="1">
          <mxGeometry height="30" width="73" x="584.5" y="330" as="geometry" />
        </mxCell>
        <mxCell id="GHxzwjz7yCiV_zcave8q-25" parent="1" style="text;html=1;whiteSpace=wrap;strokeColor=none;fillColor=none;align=center;verticalAlign=middle;rounded=0;" value="FK" vertex="1">
          <mxGeometry height="30" width="73" x="433.5" y="290" as="geometry" />
        </mxCell>
        <mxCell id="Tm-9-QcNfQ9spIL5owFW-1" parent="1" style="shape=internalStorage;whiteSpace=wrap;html=1;backgroundOutline=1;dx=40;dy=30;" value="" vertex="1">
-           <mxGeometry height="130" width="270" x="-550" y="-210" as="geometry" />
+           <mxGeometry height="130" width="270" x="-320" y="390" as="geometry" />
        </mxCell>
        <mxCell id="Tm-9-QcNfQ9spIL5owFW-2" parent="1" style="text;html=1;whiteSpace=wrap;strokeColor=none;fillColor=none;align=center;verticalAlign=middle;rounded=0;" value="Siret" vertex="1">
-           <mxGeometry height="30" width="60" x="-480" y="-210" as="geometry" />
+           <mxGeometry height="30" width="60" x="-250" y="390" as="geometry" />
        </mxCell>
        <mxCell id="Tm-9-QcNfQ9spIL5owFW-3" parent="1" style="text;strokeColor=none;fillColor=none;align=left;verticalAlign=middle;spacingLeft=4;spacingRight=4;overflow=hidden;points=[[0,0.5],[1,0.5]];portConstraint=eastwest;rotatable=0;whiteSpace=wrap;html=1;" value="nom_raison_social" vertex="1">
-           <mxGeometry height="30" width="140" x="-510" y="-150" as="geometry" />
+           <mxGeometry height="30" width="140" x="-280" y="450" as="geometry" />
        </mxCell>
        <mxCell id="Tm-9-QcNfQ9spIL5owFW-4" parent="1" style="text;strokeColor=none;fillColor=none;align=left;verticalAlign=middle;spacingLeft=4;spacingRight=4;overflow=hidden;points=[[0,0.5],[1,0.5]];portConstraint=eastwest;rotatable=0;whiteSpace=wrap;html=1;" value="Région" vertex="1">
-           <mxGeometry height="30" width="140" x="-510" y="-115" as="geometry" />
+           <mxGeometry height="30" width="140" x="-280" y="485" as="geometry" />
        </mxCell>
        <mxCell id="Tm-9-QcNfQ9spIL5owFW-5" parent="1" style="text;html=1;whiteSpace=wrap;strokeColor=none;fillColor=none;align=center;verticalAlign=middle;rounded=0;" value="PK" vertex="1">
-           <mxGeometry height="30" width="38" x="-550" y="-180" as="geometry" />
+           <mxGeometry height="30" width="38" x="-320" y="420" as="geometry" />
        </mxCell>
        <mxCell id="Tm-9-QcNfQ9spIL5owFW-6" parent="1" style="text;html=1;whiteSpace=wrap;strokeColor=none;fillColor=none;align=center;verticalAlign=middle;rounded=0;" value="VARCHAR255" vertex="1">
-           <mxGeometry height="30" width="90" x="-380" y="-150" as="geometry" />
+           <mxGeometry height="30" width="90" x="-150" y="450" as="geometry" />
+         </mxCell>
+         <mxCell id="DSKYZoXEKtZKYRaXDlXk-3" edge="1" parent="1" source="Tm-9-QcNfQ9spIL5owFW-7" style="edgeStyle=orthogonalEdgeStyle;rounded=0;orthogonalLoop=1;jettySize=auto;html=1;entryX=0;entryY=0.5;entryDx=0;entryDy=0;" target="DSKYZoXEKtZKYRaXDlXk-2">
+           <mxGeometry relative="1" as="geometry" />
        </mxCell>
        <mxCell id="Tm-9-QcNfQ9spIL5owFW-7" parent="1" style="text;html=1;whiteSpace=wrap;strokeColor=none;fillColor=none;align=center;verticalAlign=middle;rounded=0;" value="INT" vertex="1">
-           <mxGeometry height="30" width="80" x="-380" y="-180" as="geometry" />
+           <mxGeometry height="30" width="100" x="-150" y="420" as="geometry" />
        </mxCell>
        <mxCell id="Tm-9-QcNfQ9spIL5owFW-8" parent="1" style="text;html=1;whiteSpace=wrap;strokeColor=none;fillColor=none;align=center;verticalAlign=middle;rounded=0;" value="INT" vertex="1">
-           <mxGeometry height="30" width="60" x="-340" y="-110" as="geometry" />
-         </mxCell>
-         <mxCell id="Tm-9-QcNfQ9spIL5owFW-9" parent="1" style="text;html=1;whiteSpace=wrap;strokeColor=none;fillColor=none;align=center;verticalAlign=middle;rounded=0;" value="Siret" vertex="1">
-           <mxGeometry height="30" width="60" x="-500" y="-180" as="geometry" />
+           <mxGeometry height="30" width="60" x="-110" y="490" as="geometry" />
+         </mxCell>
+         <mxCell id="Tm-9-QcNfQ9spIL5owFW-9" parent="1" style="text;html=1;whiteSpace=wrap;strokeColor=none;fillColor=none;align=center;verticalAlign=middle;rounded=0;" value="siret_of_contractant" vertex="1">
+           <mxGeometry height="30" width="120" x="-270" y="420" as="geometry" />
+         </mxCell>
+         <mxCell id="DSKYZoXEKtZKYRaXDlXk-2" parent="1" style="text;html=1;whiteSpace=wrap;strokeColor=none;fillColor=none;align=center;verticalAlign=middle;rounded=0;" value="FK" vertex="1">
+           <mxGeometry height="30" width="40" x="20" y="470" as="geometry" />
        </mxCell>
      </root>
    </mxGraphModel>
  </diagram>
</mxfile>
